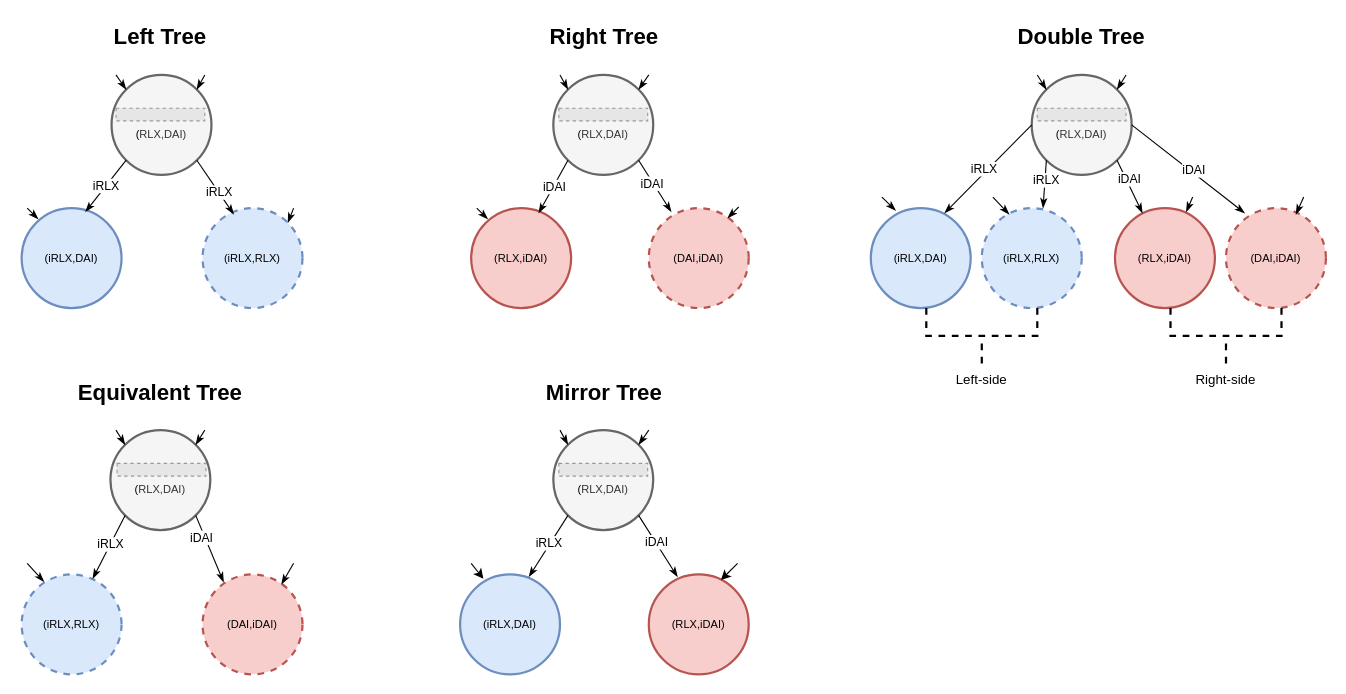
syscoin/latex_docs keeps this draw.io diagram as pachira_lp/img/drawio/sub_trees.drawio. Above is the earlier version. Source tidied: cells renumbered, new cells numbered last; positions are measured from the earlier drawing's top-left corner, leaving out a move shared by most shapes. Both pictures are drawn from the tidied source at 111%, with x=0, y=0 at pixel (21, 19). Pictures stored in the file or linked from it are replaced by grey dashed boxes.
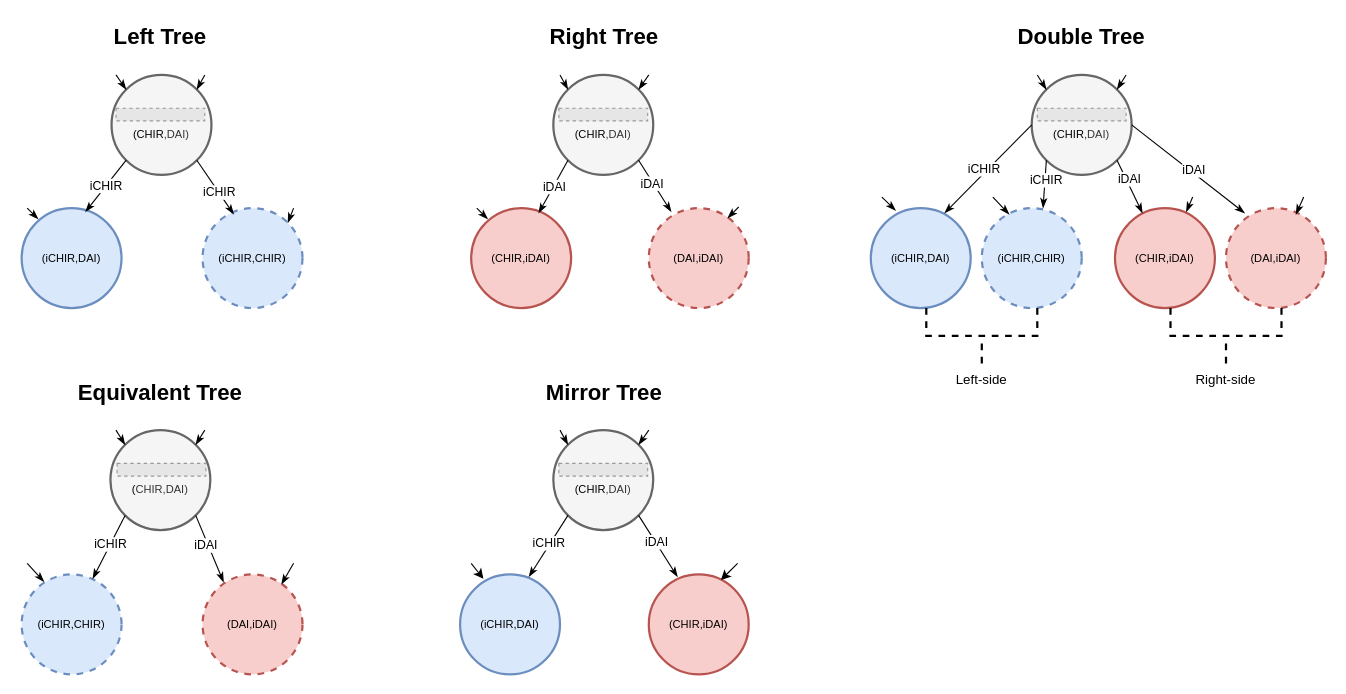
Above is the later version.

Unchanged cells that the change refers to:
```xml
<mxCell id="15" style="endArrow=none;html=1;rounded=0;exitX=0.313;exitY=0.063;exitDx=0;exitDy=0;entryX=1;entryY=1;entryDx=0;entryDy=0;exitPerimeter=0;startArrow=classicThin;startFill=1;" parent="1" edge="1" source="4" target="2">
  <mxGeometry relative="1" as="geometry" />
</mxCell>
<mxCell id="21" style="endArrow=none;html=1;rounded=0;exitX=0.711;exitY=0.044;exitDx=0;exitDy=0;entryX=0;entryY=1;entryDx=0;entryDy=0;exitPerimeter=0;startArrow=classicThin;startFill=1;" parent="1" edge="1" source="10" target="8">
  <mxGeometry relative="1" as="geometry" />
</mxCell>
<mxCell id="23" style="endArrow=none;html=1;rounded=0;exitX=0.211;exitY=0.078;exitDx=0;exitDy=0;entryX=1;entryY=1;entryDx=0;entryDy=0;exitPerimeter=0;startArrow=classicThin;startFill=1;" parent="1" edge="1" source="11" target="8">
  <mxGeometry relative="1" as="geometry" />
</mxCell>
<mxCell id="25" style="endArrow=none;html=1;rounded=0;exitX=0.688;exitY=0.025;exitDx=0;exitDy=0;entryX=0;entryY=1;entryDx=0;entryDy=0;exitPerimeter=0;startArrow=classicThin;startFill=1;" parent="1" edge="1" source="12" target="9">
  <mxGeometry relative="1" as="geometry" />
</mxCell>
<mxCell id="39" style="endArrow=none;html=1;rounded=0;exitX=0.738;exitY=0.05;exitDx=0;exitDy=0;entryX=0;entryY=0.5;entryDx=0;entryDy=0;exitPerimeter=0;startArrow=classicThin;startFill=1;" parent="1" edge="1" source="34" target="33">
  <mxGeometry relative="1" as="geometry" />
</mxCell>
<mxCell id="41" style="endArrow=none;html=1;rounded=0;exitX=0.613;exitY=0;exitDx=0;exitDy=0;entryX=0;entryY=1;entryDx=0;entryDy=0;exitPerimeter=0;startArrow=classicThin;startFill=1;" parent="1" edge="1" source="35" target="33">
  <mxGeometry relative="1" as="geometry" />
</mxCell>
```

The edit, as a diff of the source:
```diff
@@
-    <mxCell id="2" value="&lt;br&gt;&lt;font color=&quot;#000000&quot;&gt;&lt;span style=&quot;font-size: 10px;&quot;&gt;(&lt;/span&gt;&lt;/font&gt;&lt;font style=&quot;font-size: 10px;&quot;&gt;RLX,DAI)&lt;/font&gt;" style="ellipse;whiteSpace=wrap;html=1;fillColor=#f5f5f5;fontColor=#333333;strokeColor=#666666;strokeWidth=2;" parent="1" vertex="1">
+    <mxCell id="2" value="&lt;br&gt;&lt;font color=&quot;#000000&quot;&gt;&lt;span style=&quot;font-size: 10px;&quot;&gt;(CHIR&lt;/span&gt;&lt;/font&gt;&lt;font style=&quot;font-size: 10px;&quot;&gt;,DAI)&lt;/font&gt;" style="ellipse;whiteSpace=wrap;html=1;fillColor=#f5f5f5;fontColor=#333333;strokeColor=#666666;strokeWidth=2;" parent="1" vertex="1">
       <mxGeometry x="81" y="50" width="90" height="90" as="geometry" />
     </mxCell>
-    <mxCell id="3" value="&lt;font style=&quot;font-size: 10px;&quot;&gt;(iRLX,DAI)&lt;/font&gt;" style="ellipse;whiteSpace=wrap;html=1;fillColor=#dae8fc;strokeColor=#6c8ebf;strokeWidth=2;" parent="1" vertex="1">
+    <mxCell id="3" value="&lt;font style=&quot;font-size: 10px;&quot;&gt;(iCHIR,DAI)&lt;/font&gt;" style="ellipse;whiteSpace=wrap;html=1;fillColor=#dae8fc;strokeColor=#6c8ebf;strokeWidth=2;" parent="1" vertex="1">
       <mxGeometry y="170" width="90" height="90" as="geometry" />
     </mxCell>
-    <mxCell id="4" value="&lt;font style=&quot;font-size: 10px;&quot;&gt;&lt;span style=&quot;border-color: var(--border-color);&quot;&gt;(&lt;/span&gt;iRLX,RLX)&lt;/font&gt;" style="ellipse;whiteSpace=wrap;html=1;dashed=1;fillColor=#dae8fc;strokeColor=#6c8ebf;strokeWidth=2;" parent="1" vertex="1">
+    <mxCell id="4" value="&lt;font style=&quot;font-size: 10px;&quot;&gt;&lt;span style=&quot;border-color: var(--border-color);&quot;&gt;(&lt;/span&gt;iCHIR,CHIR)&lt;/font&gt;" style="ellipse;whiteSpace=wrap;html=1;dashed=1;fillColor=#dae8fc;strokeColor=#6c8ebf;strokeWidth=2;" parent="1" vertex="1">
       <mxGeometry x="163" y="170" width="90" height="90" as="geometry" />
     </mxCell>
-    <mxCell id="5" value="&lt;font style=&quot;font-size: 10px;&quot;&gt;&lt;span style=&quot;border-color: var(--border-color); color: rgb(0, 0, 0);&quot;&gt;&lt;br&gt;(&lt;/span&gt;RLX,DAI)&lt;/font&gt;" style="ellipse;whiteSpace=wrap;html=1;fillColor=#f5f5f5;fontColor=#333333;strokeColor=#666666;strokeWidth=2;" parent="1" vertex="1">
+    <mxCell id="5" value="&lt;font style=&quot;font-size: 10px;&quot;&gt;&lt;span style=&quot;border-color: var(--border-color); color: rgb(0, 0, 0);&quot;&gt;&lt;br&gt;(CHIR&lt;/span&gt;,DAI)&lt;/font&gt;" style="ellipse;whiteSpace=wrap;html=1;fillColor=#f5f5f5;fontColor=#333333;strokeColor=#666666;strokeWidth=2;" parent="1" vertex="1">
       <mxGeometry x="479" y="50" width="90" height="90" as="geometry" />
     </mxCell>
-    <mxCell id="6" value="&lt;font style=&quot;font-size: 10px;&quot;&gt;&lt;span style=&quot;border-color: var(--border-color);&quot;&gt;(&lt;/span&gt;RLX,iDAI)&lt;/font&gt;" style="ellipse;whiteSpace=wrap;html=1;fillColor=#f8cecc;strokeColor=#b85450;strokeWidth=2;" parent="1" vertex="1">
+    <mxCell id="6" value="&lt;font style=&quot;font-size: 10px;&quot;&gt;&lt;span style=&quot;border-color: var(--border-color);&quot;&gt;(CHIR&lt;/span&gt;,iDAI)&lt;/font&gt;" style="ellipse;whiteSpace=wrap;html=1;fillColor=#f8cecc;strokeColor=#b85450;strokeWidth=2;" parent="1" vertex="1">
       <mxGeometry x="405" y="170" width="90" height="90" as="geometry" />
     </mxCell>
@@
-    <mxCell id="8" value="&lt;font style=&quot;font-size: 10px;&quot;&gt;&lt;span style=&quot;border-color: var(--border-color);&quot;&gt;&lt;br&gt;&lt;font color=&quot;#000000&quot;&gt;(&lt;/font&gt;&lt;/span&gt;RLX,DAI)&lt;/font&gt;" style="ellipse;whiteSpace=wrap;html=1;fillColor=#f5f5f5;fontColor=#333333;strokeColor=#666666;strokeWidth=2;" parent="1" vertex="1">
+    <mxCell id="8" value="&lt;font style=&quot;font-size: 10px;&quot;&gt;&lt;span style=&quot;border-color: var(--border-color);&quot;&gt;&lt;br&gt;&lt;font color=&quot;#000000&quot;&gt;(&lt;/font&gt;&lt;/span&gt;CHIR,DAI)&lt;/font&gt;" style="ellipse;whiteSpace=wrap;html=1;fillColor=#f5f5f5;fontColor=#333333;strokeColor=#666666;strokeWidth=2;" parent="1" vertex="1">
       <mxGeometry x="80" y="370" width="90" height="90" as="geometry" />
     </mxCell>
-    <mxCell id="9" value="&lt;font style=&quot;font-size: 10px;&quot;&gt;&lt;span style=&quot;border-color: var(--border-color);&quot;&gt;&lt;br&gt;&lt;font color=&quot;#000000&quot;&gt;(&lt;/font&gt;&lt;/span&gt;RLX,DAI)&lt;/font&gt;" style="ellipse;whiteSpace=wrap;html=1;fillColor=#f5f5f5;fontColor=#333333;strokeColor=#666666;strokeWidth=2;" parent="1" vertex="1">
+    <mxCell id="9" value="&lt;font style=&quot;font-size: 10px;&quot;&gt;&lt;span style=&quot;border-color: var(--border-color);&quot;&gt;&lt;br&gt;&lt;font color=&quot;#000000&quot;&gt;(CHIR&lt;/font&gt;&lt;/span&gt;,DAI)&lt;/font&gt;" style="ellipse;whiteSpace=wrap;html=1;fillColor=#f5f5f5;fontColor=#333333;strokeColor=#666666;strokeWidth=2;" parent="1" vertex="1">
       <mxGeometry x="479" y="370" width="90" height="90" as="geometry" />
     </mxCell>
-    <mxCell id="10" value="&lt;font style=&quot;font-size: 10px;&quot;&gt;&lt;span style=&quot;border-color: var(--border-color);&quot;&gt;(&lt;/span&gt;iRLX,RLX)&lt;/font&gt;" style="ellipse;whiteSpace=wrap;html=1;dashed=1;fillColor=#dae8fc;strokeColor=#6c8ebf;strokeWidth=2;" parent="1" vertex="1">
+    <mxCell id="10" value="&lt;font style=&quot;font-size: 10px;&quot;&gt;&lt;span style=&quot;border-color: var(--border-color);&quot;&gt;(&lt;/span&gt;iCHIR,CHIR)&lt;/font&gt;" style="ellipse;whiteSpace=wrap;html=1;dashed=1;fillColor=#dae8fc;strokeColor=#6c8ebf;strokeWidth=2;" parent="1" vertex="1">
       <mxGeometry y="500" width="90" height="90" as="geometry" />
     </mxCell>
@@
-    <mxCell id="12" value="&lt;font style=&quot;font-size: 10px;&quot;&gt;&lt;span style=&quot;border-color: var(--border-color);&quot;&gt;(&lt;/span&gt;iRLX,DAI)&lt;/font&gt;" style="ellipse;whiteSpace=wrap;html=1;fillColor=#dae8fc;strokeColor=#6c8ebf;strokeWidth=2;" parent="1" vertex="1">
+    <mxCell id="12" value="&lt;font style=&quot;font-size: 10px;&quot;&gt;&lt;span style=&quot;border-color: var(--border-color);&quot;&gt;(&lt;/span&gt;iCHIR,DAI)&lt;/font&gt;" style="ellipse;whiteSpace=wrap;html=1;fillColor=#dae8fc;strokeColor=#6c8ebf;strokeWidth=2;" parent="1" vertex="1">
       <mxGeometry x="395" y="500" width="90" height="90" as="geometry" />
     </mxCell>
-    <mxCell id="13" value="&lt;font style=&quot;font-size: 10px;&quot;&gt;&lt;span style=&quot;border-color: var(--border-color);&quot;&gt;(&lt;/span&gt;RLX,iDAI)&lt;/font&gt;" style="ellipse;whiteSpace=wrap;html=1;fillColor=#f8cecc;strokeColor=#b85450;strokeWidth=2;" parent="1" vertex="1">
+    <mxCell id="13" value="&lt;font style=&quot;font-size: 10px;&quot;&gt;&lt;span style=&quot;border-color: var(--border-color);&quot;&gt;(CHIR&lt;/span&gt;,iDAI)&lt;/font&gt;" style="ellipse;whiteSpace=wrap;html=1;fillColor=#f8cecc;strokeColor=#b85450;strokeWidth=2;" parent="1" vertex="1">
       <mxGeometry x="565" y="500" width="90" height="90" as="geometry" />
     </mxCell>
-    <mxCell id="14" value="iRLX" style="endArrow=none;html=1;rounded=0;exitX=0.638;exitY=0.038;exitDx=0;exitDy=0;entryX=0;entryY=1;entryDx=0;entryDy=0;exitPerimeter=0;startArrow=classicThin;startFill=1;" parent="1" edge="1" source="3" target="2">
+    <mxCell id="14" value="iCHIR" style="endArrow=none;html=1;rounded=0;exitX=0.638;exitY=0.038;exitDx=0;exitDy=0;entryX=0;entryY=1;entryDx=0;entryDy=0;exitPerimeter=0;startArrow=classicThin;startFill=1;" parent="1" edge="1" source="3" target="2">
       <mxGeometry relative="1" as="geometry" />
     </mxCell>
@@
-    <mxCell id="16" value="iRLX" style="edgeLabel;html=1;align=center;verticalAlign=middle;" parent="15" vertex="1">
+    <mxCell id="16" value="iCHIR" style="edgeLabel;html=1;align=center;verticalAlign=middle;" parent="15" vertex="1">
       <mxGeometry x="-0.15" relative="1" as="geometry" />
     </mxCell>
@@
-    <mxCell id="22" value="iRLX" style="edgeLabel;html=1;align=center;verticalAlign=middle;" parent="21" vertex="1">
+    <mxCell id="22" value="iCHIR" style="edgeLabel;html=1;align=center;verticalAlign=middle;" parent="21" vertex="1">
       <mxGeometry x="0.08" relative="1" as="geometry" />
     </mxCell>
@@
     <mxCell id="24" value="iDAI" style="edgeLabel;html=1;align=center;verticalAlign=middle;" parent="23" vertex="1">
-      <mxGeometry x="0.38" y="3" relative="1" as="geometry" />
+      <mxGeometry x="0.38" y="3" relative="1" as="geometry">
+        <mxPoint x="4" y="7" as="offset" />
+      </mxGeometry>
     </mxCell>
@@
-    <mxCell id="26" value="iRLX" style="edgeLabel;html=1;align=center;verticalAlign=middle;" parent="25" vertex="1">
+    <mxCell id="26" value="iCHIR" style="edgeLabel;html=1;align=center;verticalAlign=middle;" parent="25" vertex="1">
       <mxGeometry x="0.07" y="2" relative="1" as="geometry" />
     </mxCell>
@@
-    <mxCell id="33" value="&lt;font style=&quot;font-size: 10px;&quot;&gt;&lt;span style=&quot;border-color: var(--border-color);&quot;&gt;&lt;br&gt;&lt;font color=&quot;#000000&quot;&gt;(&lt;/font&gt;&lt;/span&gt;RLX,DAI)&lt;/font&gt;" style="ellipse;whiteSpace=wrap;html=1;fillColor=#f5f5f5;fontColor=#333333;strokeColor=#666666;strokeWidth=2;" parent="1" vertex="1">
+    <mxCell id="33" value="&lt;font style=&quot;font-size: 10px;&quot;&gt;&lt;span style=&quot;border-color: var(--border-color);&quot;&gt;&lt;br&gt;&lt;font color=&quot;#000000&quot;&gt;(CHIR&lt;/font&gt;&lt;/span&gt;,DAI)&lt;/font&gt;" style="ellipse;whiteSpace=wrap;html=1;fillColor=#f5f5f5;fontColor=#333333;strokeColor=#666666;strokeWidth=2;" parent="1" vertex="1">
       <mxGeometry x="910" y="50" width="90" height="90" as="geometry" />
     </mxCell>
-    <mxCell id="34" value="&lt;font style=&quot;font-size: 10px;&quot;&gt;&lt;span style=&quot;border-color: var(--border-color);&quot;&gt;(&lt;/span&gt;iRLX,DAI)&lt;/font&gt;" style="ellipse;whiteSpace=wrap;html=1;fillColor=#dae8fc;strokeColor=#6c8ebf;strokeWidth=2;" parent="1" vertex="1">
+    <mxCell id="34" value="&lt;font style=&quot;font-size: 10px;&quot;&gt;&lt;span style=&quot;border-color: var(--border-color);&quot;&gt;(&lt;/span&gt;iCHIR,DAI)&lt;/font&gt;" style="ellipse;whiteSpace=wrap;html=1;fillColor=#dae8fc;strokeColor=#6c8ebf;strokeWidth=2;" parent="1" vertex="1">
       <mxGeometry x="765" y="170" width="90" height="90" as="geometry" />
     </mxCell>
-    <mxCell id="35" value="&lt;font style=&quot;font-size: 10px;&quot;&gt;&lt;span style=&quot;border-color: var(--border-color);&quot;&gt;(&lt;/span&gt;iRLX,RLX)&lt;/font&gt;" style="ellipse;whiteSpace=wrap;html=1;dashed=1;fillColor=#dae8fc;strokeColor=#6c8ebf;strokeWidth=2;" parent="1" vertex="1">
+    <mxCell id="35" value="&lt;font style=&quot;font-size: 10px;&quot;&gt;&lt;span style=&quot;border-color: var(--border-color);&quot;&gt;(&lt;/span&gt;iCHIR,CHIR)&lt;/font&gt;" style="ellipse;whiteSpace=wrap;html=1;dashed=1;fillColor=#dae8fc;strokeColor=#6c8ebf;strokeWidth=2;" parent="1" vertex="1">
       <mxGeometry x="865" y="170" width="90" height="90" as="geometry" />
     </mxCell>
-    <mxCell id="36" value="&lt;font style=&quot;font-size: 10px;&quot;&gt;&lt;span style=&quot;border-color: var(--border-color);&quot;&gt;(&lt;/span&gt;RLX,iDAI)&lt;/font&gt;" style="ellipse;whiteSpace=wrap;html=1;fillColor=#f8cecc;strokeColor=#b85450;strokeWidth=2;" parent="1" vertex="1">
+    <mxCell id="36" value="&lt;font style=&quot;font-size: 10px;&quot;&gt;&lt;span style=&quot;border-color: var(--border-color);&quot;&gt;(CHIR&lt;/span&gt;,iDAI)&lt;/font&gt;" style="ellipse;whiteSpace=wrap;html=1;fillColor=#f8cecc;strokeColor=#b85450;strokeWidth=2;" parent="1" vertex="1">
       <mxGeometry x="985" y="170" width="90" height="90" as="geometry" />
     </mxCell>
@@
-    <mxCell id="40" value="iRLX" style="edgeLabel;html=1;align=center;verticalAlign=middle;" parent="39" vertex="1">
+    <mxCell id="40" value="iCHIR" style="edgeLabel;html=1;align=center;verticalAlign=middle;" parent="39" vertex="1">
       <mxGeometry x="-0.05" y="3" relative="1" as="geometry" />
     </mxCell>
@@
-    <mxCell id="42" value="iRLX" style="edgeLabel;html=1;align=center;verticalAlign=middle;" parent="41" vertex="1">
+    <mxCell id="42" value="iCHIR" style="edgeLabel;html=1;align=center;verticalAlign=middle;" parent="41" vertex="1">
       <mxGeometry x="0.21" y="-1" relative="1" as="geometry" />
     </mxCell>
```
